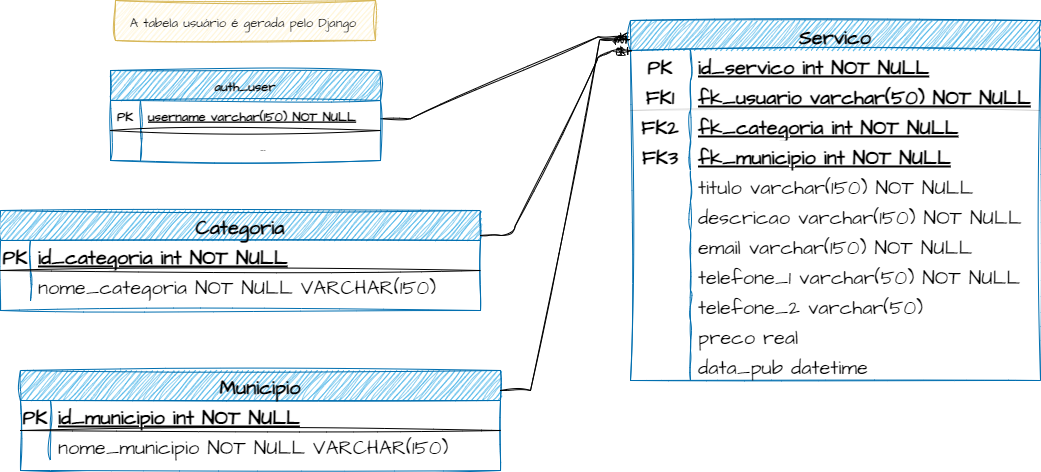
The draw.io diagram docs/DER.png in rafaelngoncalves5/servicos, before a commit. Source tidied: cells renumbered, new cells last; positions are measured from the earlier drawing's top-left corner, leaving out a move shared by most shapes.
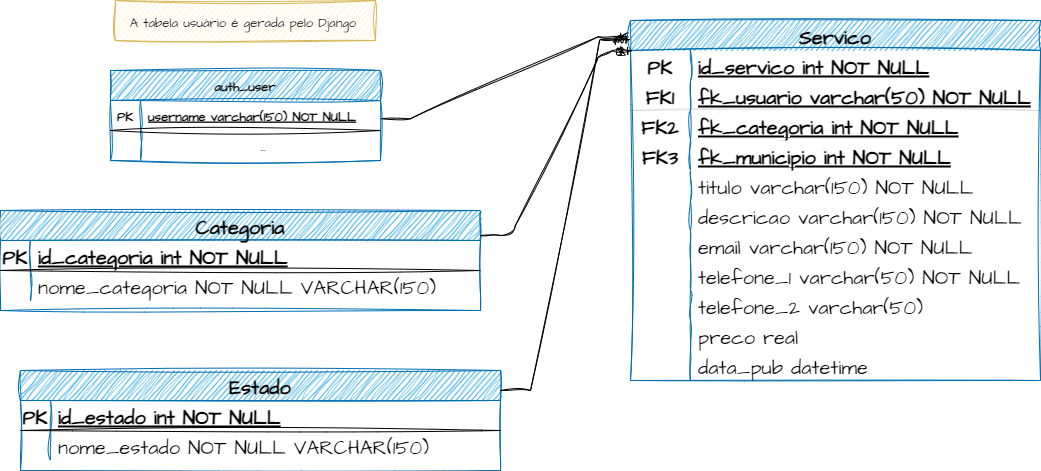
After the commit.

Diff of the diagram source:
```diff
@@ -157,7 +157,7 @@
     <mxCell id="52" style="edgeStyle=entityRelationEdgeStyle;fontSize=12;html=1;endArrow=ERzeroToOne;endFill=1;sketch=1;hachureGap=4;jiggle=2;curveFitting=1;fontFamily=Architects Daughter;fontSource=https%3A%2F%2Ffonts.googleapis.com%2Fcss%3Ffamily%3DArchitects%2BDaughter;entryX=0.003;entryY=0.084;entryDx=0;entryDy=0;entryPerimeter=0;exitX=1;exitY=0.25;exitDx=0;exitDy=0;" parent="1" edge="1" source="45" target="4">
       <mxGeometry relative="1" as="geometry" />
     </mxCell>
-    <mxCell id="53" value="Municipio" style="shape=table;startSize=30;rowLines=0;fontStyle=1;align=center;sketch=1;hachureGap=4;jiggle=2;curveFitting=1;fontFamily=Architects Daughter;fontSource=https%3A%2F%2Ffonts.googleapis.com%2Fcss%3Ffamily%3DArchitects%2BDaughter;fontSize=20;fillColor=#1ba1e2;strokeColor=#006EAF;fontColor=#000000;" parent="1" vertex="1">
+    <mxCell id="53" value="Estado" style="shape=table;startSize=30;rowLines=0;fontStyle=1;align=center;sketch=1;hachureGap=4;jiggle=2;curveFitting=1;fontFamily=Architects Daughter;fontSource=https%3A%2F%2Ffonts.googleapis.com%2Fcss%3Ffamily%3DArchitects%2BDaughter;fontSize=20;fillColor=#1ba1e2;strokeColor=#006EAF;fontColor=#000000;" parent="1" vertex="1">
       <mxGeometry x="20" y="370" width="480" height="100" as="geometry" />
     </mxCell>
     <mxCell id="54" style="shape=tableRow;horizontal=0;startSize=0;swimlaneHead=0;swimlaneBody=0;fillColor=none;top=0;left=0;right=0;bottom=1;sketch=1;hachureGap=4;jiggle=2;curveFitting=1;fontFamily=Architects Daughter;fontSource=https%3A%2F%2Ffonts.googleapis.com%2Fcss%3Ffamily%3DArchitects%2BDaughter;fontSize=20;" parent="53" vertex="1">
@@ -166,7 +166,7 @@
     <mxCell id="55" value="PK" style="shape=partialRectangle;fillColor=none;top=0;left=0;bottom=0;right=0;fontStyle=1;overflow=hidden;sketch=1;hachureGap=4;jiggle=2;curveFitting=1;fontFamily=Architects Daughter;fontSource=https%3A%2F%2Ffonts.googleapis.com%2Fcss%3Ffamily%3DArchitects%2BDaughter;fontSize=20;" parent="54" vertex="1">
       <mxGeometry width="30" height="30" as="geometry" />
     </mxCell>
-    <mxCell id="56" value="id_municipio int NOT NULL" style="shape=partialRectangle;fillColor=none;top=0;left=0;bottom=0;right=0;align=left;spacingLeft=6;fontStyle=5;overflow=hidden;sketch=1;hachureGap=4;jiggle=2;curveFitting=1;fontFamily=Architects Daughter;fontSource=https%3A%2F%2Ffonts.googleapis.com%2Fcss%3Ffamily%3DArchitects%2BDaughter;fontSize=20;" parent="54" vertex="1">
+    <mxCell id="56" value="id_estado int NOT NULL" style="shape=partialRectangle;fillColor=none;top=0;left=0;bottom=0;right=0;align=left;spacingLeft=6;fontStyle=5;overflow=hidden;sketch=1;hachureGap=4;jiggle=2;curveFitting=1;fontFamily=Architects Daughter;fontSource=https%3A%2F%2Ffonts.googleapis.com%2Fcss%3Ffamily%3DArchitects%2BDaughter;fontSize=20;" parent="54" vertex="1">
       <mxGeometry x="30" width="450" height="30" as="geometry" />
     </mxCell>
     <mxCell id="57" style="shape=tableRow;horizontal=0;startSize=0;swimlaneHead=0;swimlaneBody=0;fillColor=none;top=0;left=0;right=0;bottom=0;sketch=1;hachureGap=4;jiggle=2;curveFitting=1;fontFamily=Architects Daughter;fontSource=https%3A%2F%2Ffonts.googleapis.com%2Fcss%3Ffamily%3DArchitects%2BDaughter;fontSize=20;" parent="53" vertex="1">
@@ -175,7 +175,7 @@
     <mxCell id="58" style="shape=partialRectangle;fillColor=none;top=0;left=0;bottom=0;right=0;overflow=hidden;sketch=1;hachureGap=4;jiggle=2;curveFitting=1;fontFamily=Architects Daughter;fontSource=https%3A%2F%2Ffonts.googleapis.com%2Fcss%3Ffamily%3DArchitects%2BDaughter;fontSize=20;" parent="57" vertex="1">
       <mxGeometry width="30" height="30" as="geometry" />
     </mxCell>
-    <mxCell id="59" value="nome_municipio NOT NULL VARCHAR(150)" style="shape=partialRectangle;fillColor=none;top=0;left=0;bottom=0;right=0;align=left;spacingLeft=6;overflow=hidden;sketch=1;hachureGap=4;jiggle=2;curveFitting=1;fontFamily=Architects Daughter;fontSource=https%3A%2F%2Ffonts.googleapis.com%2Fcss%3Ffamily%3DArchitects%2BDaughter;fontSize=20;" parent="57" vertex="1">
+    <mxCell id="59" value="nome_estado NOT NULL VARCHAR(150)" style="shape=partialRectangle;fillColor=none;top=0;left=0;bottom=0;right=0;align=left;spacingLeft=6;overflow=hidden;sketch=1;hachureGap=4;jiggle=2;curveFitting=1;fontFamily=Architects Daughter;fontSource=https%3A%2F%2Ffonts.googleapis.com%2Fcss%3Ffamily%3DArchitects%2BDaughter;fontSize=20;" parent="57" vertex="1">
       <mxGeometry x="30" width="450" height="30" as="geometry" />
     </mxCell>
     <mxCell id="60" style="edgeStyle=entityRelationEdgeStyle;fontSize=12;html=1;endArrow=ERzeroToOne;endFill=1;rounded=0;sketch=1;hachureGap=4;jiggle=2;curveFitting=1;fontFamily=Architects Daughter;fontSource=https%3A%2F%2Ffonts.googleapis.com%2Fcss%3Ffamily%3DArchitects%2BDaughter;entryX=-0.002;entryY=0.053;entryDx=0;entryDy=0;entryPerimeter=0;" parent="1" edge="1" target="4">
```
